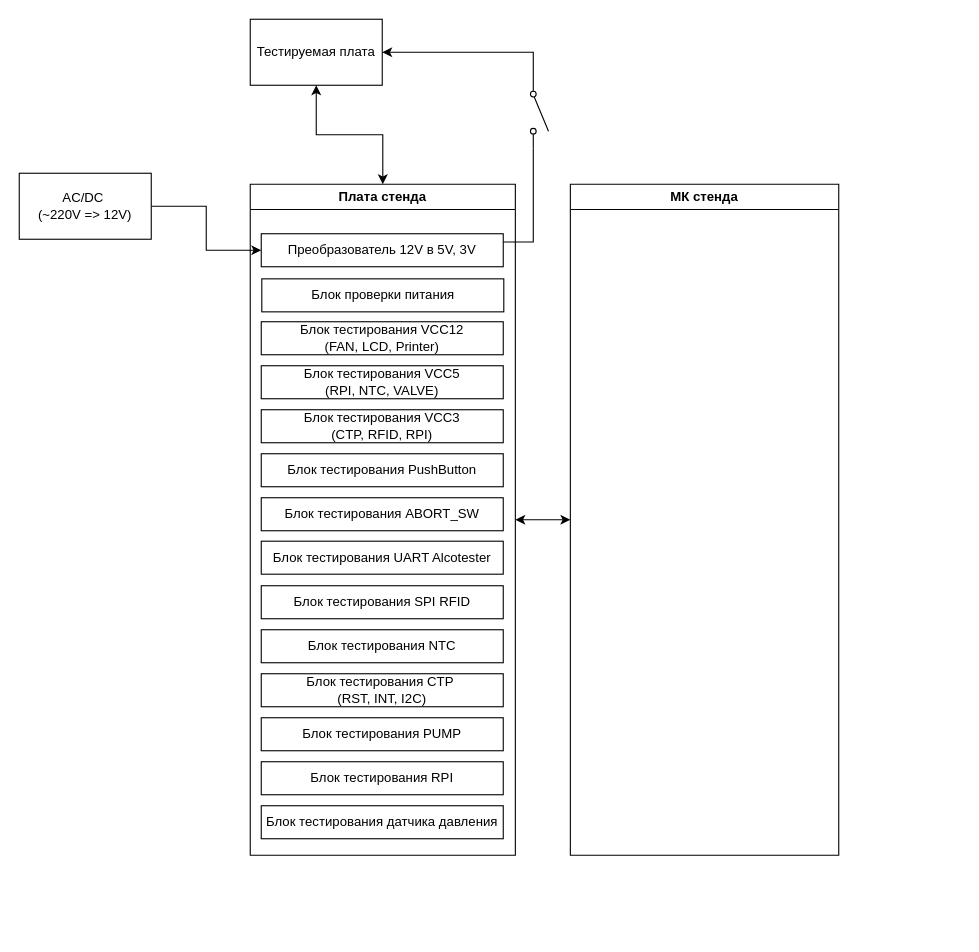
Earlier version of the draw.io diagram page "Общая схема" (1 of 3) of Schema-BTS/BTS_блок-схема.drawio (SovoN-Niko/Diagrams). Source tidied: cells renumbered, new cells numbered last; positions are measured from the earlier drawing's top-left corner, leaving out a move shared by most shapes. Both pictures are drawn from the tidied source at 110%, with x=0, y=0 at pixel (19, 19).
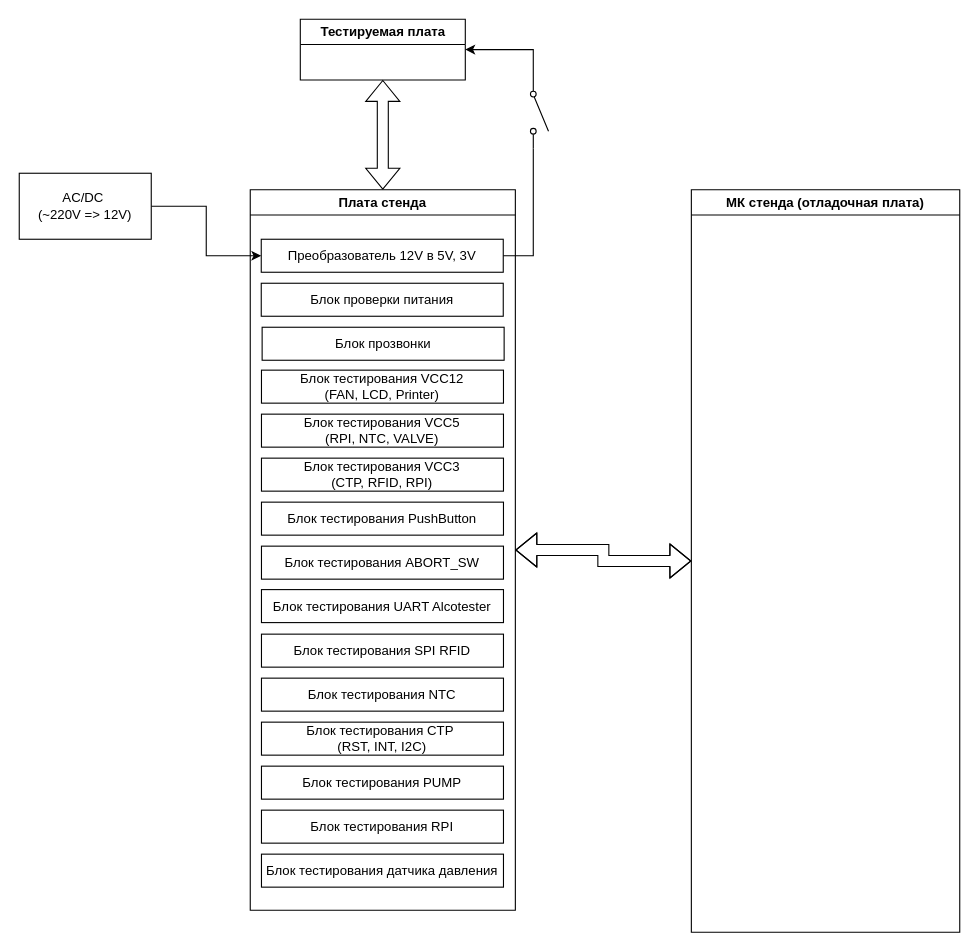
The same diagram, later.

The change refers to these unchanged cells:
```xml
<mxCell id="6" value="Преобразователь 12V в 5V, 3V" style="rounded=0;whiteSpace=wrap;html=1;" parent="5" vertex="1">
  <mxGeometry x="10" y="45" width="220" height="30" as="geometry" />
</mxCell>
<mxCell id="25" style="html=1;shape=mxgraph.electrical.electro-mechanical.singleSwitch;elSwitchState=off;rotation=90;" parent="1" vertex="1">
  <mxGeometry x="440" y="76.3" width="65" height="17.3" as="geometry" />
</mxCell>
```

Change to the diagram source:
```diff
@@
-    <mxCell id="2" value="Тестируемая плата" style="rounded=0;whiteSpace=wrap;html=1;" parent="1" vertex="1">
-      <mxGeometry x="210" width="120" height="60" as="geometry" />
-    </mxCell>
-    <mxCell id="3" style="edgeStyle=orthogonalEdgeStyle;rounded=0;jettySize=auto;html=1;entryX=0.5;entryY=1;entryDx=0;entryDy=0;startArrow=classic;startFill=1;" parent="1" edge="1" source="5" target="2">
+    <mxCell id="3" style="edgeStyle=orthogonalEdgeStyle;rounded=0;jettySize=auto;html=1;entryX=0.5;entryY=1;entryDx=0;entryDy=0;startArrow=classic;startFill=1;shape=flexArrow;" parent="1" edge="1" source="5" target="2">
       <mxGeometry relative="1" as="geometry" />
     </mxCell>
-    <mxCell id="4" style="edgeStyle=orthogonalEdgeStyle;rounded=0;jettySize=auto;html=1;entryX=0;entryY=0.5;entryDx=0;entryDy=0;startArrow=classic;startFill=1;" parent="1" edge="1" source="5" target="20">
+    <mxCell id="4" style="edgeStyle=orthogonalEdgeStyle;rounded=0;jettySize=auto;html=1;entryX=0;entryY=0.5;entryDx=0;entryDy=0;startArrow=classic;startFill=1;shape=flexArrow;" parent="1" edge="1" source="5" target="20">
       <mxGeometry relative="1" as="geometry" />
     </mxCell>
     <mxCell id="5" value="Плата стенда" style="swimlane;whiteSpace=wrap;html=1;startSize=23;" parent="1" vertex="1">
-      <mxGeometry x="210" y="150" width="241" height="610" as="geometry" />
+      <mxGeometry x="210" y="155" width="241" height="655" as="geometry" />
     </mxCell>
@@
     <mxCell id="7" value="Блок тестирования VCC12&lt;div&gt;(FAN, LCD, Printer)&lt;/div&gt;" style="rounded=0;whiteSpace=wrap;html=1;" parent="5" vertex="1">
-      <mxGeometry x="10" y="125" width="220" height="30" as="geometry" />
+      <mxGeometry x="10.2" y="164" width="220" height="30" as="geometry" />
     </mxCell>
     <mxCell id="8" value="Блок тестирования VCC5&lt;div&gt;(RPI, NTC,&amp;nbsp;&lt;span style=&quot;background-color: initial;&quot;&gt;VALVE&lt;/span&gt;&lt;span style=&quot;background-color: initial;&quot;&gt;)&lt;/span&gt;&lt;/div&gt;" style="rounded=0;whiteSpace=wrap;html=1;" parent="5" vertex="1">
-      <mxGeometry x="10" y="165" width="220" height="30" as="geometry" />
+      <mxGeometry x="10.2" y="204" width="220" height="30" as="geometry" />
     </mxCell>
     <mxCell id="9" value="Блок тестирования VCC3&lt;div&gt;(CTP, RFID, RPI)&lt;/div&gt;" style="rounded=0;whiteSpace=wrap;html=1;" parent="5" vertex="1">
-      <mxGeometry x="10" y="205" width="220" height="30" as="geometry" />
+      <mxGeometry x="10.2" y="244" width="220" height="30" as="geometry" />
     </mxCell>
     <mxCell id="10" value="Блок тестирования PushButton" style="rounded=0;whiteSpace=wrap;html=1;" parent="5" vertex="1">
-      <mxGeometry x="10" y="245" width="220" height="30" as="geometry" />
+      <mxGeometry x="10.2" y="284" width="220" height="30" as="geometry" />
     </mxCell>
     <mxCell id="11" value="Блок тестирования ABORT_SW" style="rounded=0;whiteSpace=wrap;html=1;" parent="5" vertex="1">
-      <mxGeometry x="10" y="285" width="220" height="30" as="geometry" />
+      <mxGeometry x="10.2" y="324" width="220" height="30" as="geometry" />
     </mxCell>
     <mxCell id="12" value="Блок тестирования UART Alcotester" style="rounded=0;whiteSpace=wrap;html=1;" parent="5" vertex="1">
-      <mxGeometry x="10" y="324.5" width="220" height="30" as="geometry" />
+      <mxGeometry x="10.2" y="363.5" width="220" height="30" as="geometry" />
     </mxCell>
     <mxCell id="13" value="Блок тестирования SPI RFID" style="rounded=0;whiteSpace=wrap;html=1;" parent="5" vertex="1">
-      <mxGeometry x="10" y="365" width="220" height="30" as="geometry" />
+      <mxGeometry x="10.2" y="404" width="220" height="30" as="geometry" />
     </mxCell>
     <mxCell id="14" value="Блок тестирования NTC" style="rounded=0;whiteSpace=wrap;html=1;" parent="5" vertex="1">
-      <mxGeometry x="10" y="405" width="220" height="30" as="geometry" />
+      <mxGeometry x="10.2" y="444" width="220" height="30" as="geometry" />
     </mxCell>
     <mxCell id="15" value="Блок тестирования CTP&amp;nbsp;&lt;div&gt;(RST, INT, I2C)&lt;/div&gt;" style="rounded=0;whiteSpace=wrap;html=1;" parent="5" vertex="1">
-      <mxGeometry x="10" y="445" width="220" height="30" as="geometry" />
+      <mxGeometry x="10.2" y="484" width="220" height="30" as="geometry" />
     </mxCell>
     <mxCell id="16" value="Блок тестирования PUMP" style="rounded=0;whiteSpace=wrap;html=1;" parent="5" vertex="1">
-      <mxGeometry x="10" y="485" width="220" height="30" as="geometry" />
+      <mxGeometry x="10.2" y="524" width="220" height="30" as="geometry" />
     </mxCell>
     <mxCell id="17" value="Блок тестирования RPI" style="rounded=0;whiteSpace=wrap;html=1;" parent="5" vertex="1">
-      <mxGeometry x="10" y="525" width="220" height="30" as="geometry" />
+      <mxGeometry x="10.2" y="564" width="220" height="30" as="geometry" />
     </mxCell>
     <mxCell id="18" value="Блок тестирования датчика давления" style="rounded=0;whiteSpace=wrap;html=1;" parent="5" vertex="1">
-      <mxGeometry x="10" y="565" width="220" height="30" as="geometry" />
+      <mxGeometry x="10.2" y="604" width="220" height="30" as="geometry" />
     </mxCell>
-    <mxCell id="19" value="Блок проверки питания" style="rounded=0;whiteSpace=wrap;html=1;" parent="5" vertex="1">
-      <mxGeometry x="10.5" y="86" width="220" height="30" as="geometry" />
+    <mxCell id="19" value="Блок прозвонки" style="rounded=0;whiteSpace=wrap;html=1;" parent="5" vertex="1">
+      <mxGeometry x="10.8" y="125" width="220" height="30" as="geometry" />
     </mxCell>
+    <mxCell id="26" value="Блок проверки питания" style="rounded=0;whiteSpace=wrap;html=1;" parent="5" vertex="1">
+      <mxGeometry x="10" y="85" width="220" height="30" as="geometry" />
+    </mxCell>
-    <mxCell id="20" value="МК стенда" style="swimlane;whiteSpace=wrap;html=1;" parent="1" vertex="1">
-      <mxGeometry x="501" y="150" width="244" height="610" as="geometry" />
+    <mxCell id="20" value="МК стенда (отладочная плата)" style="swimlane;whiteSpace=wrap;html=1;" parent="1" vertex="1">
+      <mxGeometry x="611" y="155" width="244" height="675" as="geometry" />
     </mxCell>
@@
-    <mxCell id="23" style="edgeStyle=orthogonalEdgeStyle;rounded=0;jettySize=auto;html=1;exitX=1;exitY=0.25;exitDx=0;exitDy=0;entryX=1;entryY=0.8;entryDx=0;entryDy=0;endArrow=none;endFill=0;" parent="1" edge="1" source="6" target="25">
+    <mxCell id="23" style="edgeStyle=orthogonalEdgeStyle;rounded=0;jettySize=auto;html=1;exitX=1;exitY=0.5;exitDx=0;exitDy=0;entryX=1;entryY=0.8;entryDx=0;entryDy=0;endArrow=none;endFill=0;" parent="1" edge="1" source="6" target="25">
       <mxGeometry relative="1" as="geometry" />
     </mxCell>
-    <mxCell id="24" style="edgeStyle=orthogonalEdgeStyle;rounded=0;jettySize=auto;html=1;exitX=0;exitY=0.8;exitDx=0;exitDy=0;" parent="1" edge="1" source="25" target="2">
+    <mxCell id="24" style="edgeStyle=orthogonalEdgeStyle;rounded=0;jettySize=auto;html=1;exitX=0;exitY=0.8;exitDx=0;exitDy=0;entryX=1;entryY=0.5;entryDx=0;entryDy=0;" parent="1" edge="1" source="25" target="2">
       <mxGeometry relative="1" as="geometry" />
     </mxCell>
@@
+    <mxCell id="2" value="Тестируемая плата" style="swimlane;whiteSpace=wrap;html=1;" parent="1" vertex="1" collapsed="1">
+      <mxGeometry x="255.5" width="150" height="55.2" as="geometry" />
+    </mxCell>
```
